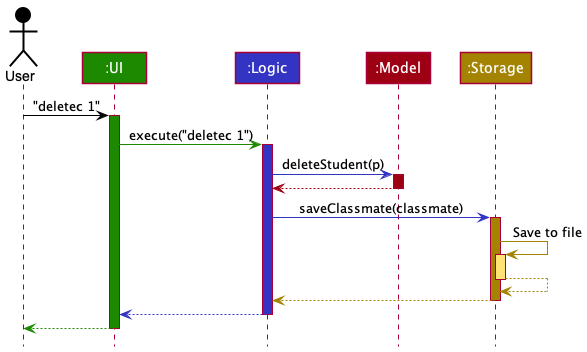
nus-cs2103-AY2122S1/tp keeps this PlantUML diagram as docs/images/ArchitectureSequenceDiagram.png. Above is the earlier version.
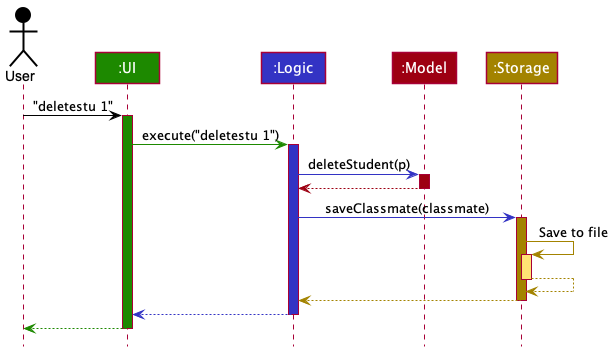
Above is the later version.

Change to the diagram source:
```diff
@@ -7,10 +7,10 @@
 Participant ":Model" as model MODEL_COLOR
 Participant ":Storage" as storage STORAGE_COLOR
 
-user -[USER_COLOR]> ui : "deletec 1"
+user -[USER_COLOR]> ui : "deletestu 1"
 activate ui UI_COLOR
 
-ui -[UI_COLOR]> logic : execute("deletec 1")
+ui -[UI_COLOR]> logic : execute("deletestu 1")
 activate logic LOGIC_COLOR
 
 logic -[LOGIC_COLOR]> model : deleteStudent(p)
```
